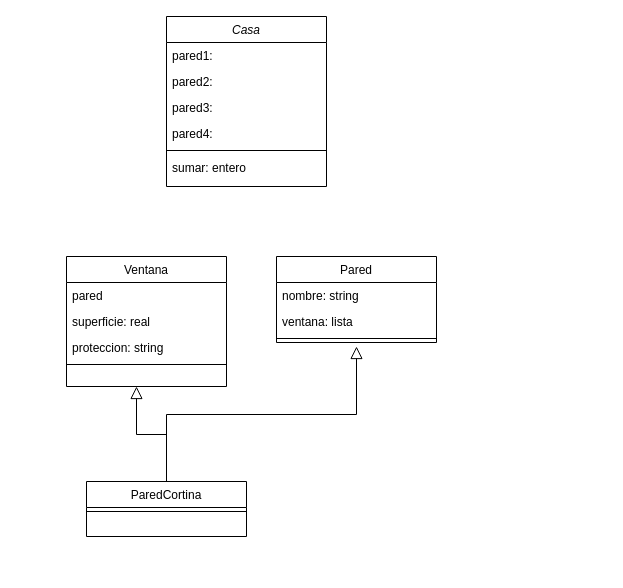
andmansim/Ejercicios-Agregaci-n-y-Composici-n-de-POO keeps this draw.io diagram as alternativa-herencia-multiple.py/alternativa.drawio. Above is the earlier version. Source tidied: cells renumbered, new cells numbered last; positions are measured from the earlier drawing's top-left corner, leaving out a move shared by most shapes. Both pictures are drawn from the tidied source at 100%, with x=0, y=0 at pixel (66, 16).
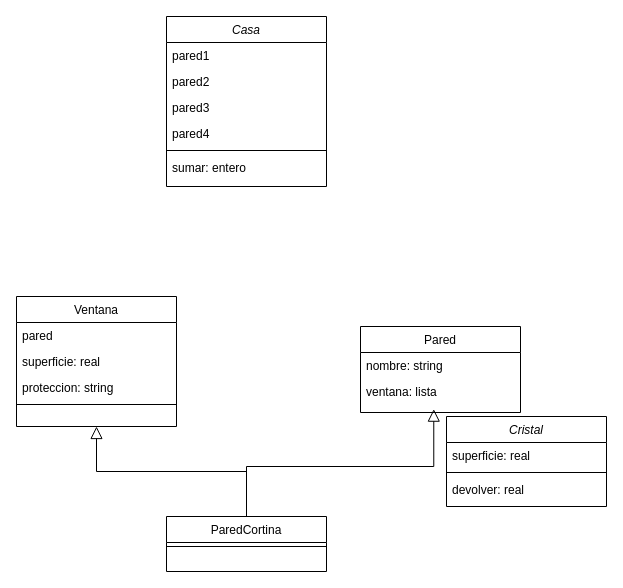
The same page after the edit.

The change refers to these unchanged cells:
```xml
<mxCell id="2" value="Casa" style="swimlane;fontStyle=2;align=center;verticalAlign=top;horizontal=1;startSize=26;rounded=0;shadow=0;strokeWidth=1;" parent="1" vertex="1">
  <mxGeometry x="100" width="160" height="170" as="geometry" />
</mxCell>
<mxCell id="17" value="ventana: lista" style="text;align=left;verticalAlign=top;spacingLeft=4;spacingRight=4;overflow=hidden;points=[[0,0.5],[1,0.5]];portConstraint=eastwest;" parent="15" vertex="1">
  <mxGeometry y="52" width="160" height="26" as="geometry" />
</mxCell>
```

The edit, as a diff of the source:
```diff
@@
-    <mxCell id="3" value="pared1: " style="text;align=left;verticalAlign=top;spacingLeft=4;spacingRight=4;overflow=hidden;" parent="2" vertex="1">
+    <mxCell id="3" value="pared1" style="text;align=left;verticalAlign=top;spacingLeft=4;spacingRight=4;overflow=hidden;" parent="2" vertex="1">
       <mxGeometry y="26" width="160" height="26" as="geometry" />
     </mxCell>
-    <mxCell id="4" value="pared2: " style="text;align=left;verticalAlign=top;spacingLeft=4;spacingRight=4;overflow=hidden;" parent="2" vertex="1">
+    <mxCell id="4" value="pared2" style="text;align=left;verticalAlign=top;spacingLeft=4;spacingRight=4;overflow=hidden;" parent="2" vertex="1">
       <mxGeometry y="52" width="160" height="26" as="geometry" />
     </mxCell>
-    <mxCell id="5" value="pared3: " style="text;align=left;verticalAlign=top;spacingLeft=4;spacingRight=4;overflow=hidden;" parent="2" vertex="1">
+    <mxCell id="5" value="pared3" style="text;align=left;verticalAlign=top;spacingLeft=4;spacingRight=4;overflow=hidden;" parent="2" vertex="1">
       <mxGeometry y="78" width="160" height="26" as="geometry" />
     </mxCell>
-    <mxCell id="6" value="pared4: " style="text;align=left;verticalAlign=top;spacingLeft=4;spacingRight=4;overflow=hidden;" parent="2" vertex="1">
+    <mxCell id="6" value="pared4" style="text;align=left;verticalAlign=top;spacingLeft=4;spacingRight=4;overflow=hidden;" parent="2" vertex="1">
       <mxGeometry y="104" width="160" height="26" as="geometry" />
     </mxCell>
@@
     <mxCell id="9" value="Ventana" style="swimlane;fontStyle=0;align=center;verticalAlign=top;horizontal=1;startSize=26;rounded=0;shadow=0;strokeWidth=1;" parent="1" vertex="1">
-      <mxGeometry y="240" width="160" height="130" as="geometry" />
+      <mxGeometry x="-50" y="280" width="160" height="130" as="geometry" />
     </mxCell>
@@
-    <mxCell id="14" style="endArrow=block;endSize=10;endFill=0;shadow=0;strokeWidth=1;rounded=0;edgeStyle=elbowEdgeStyle;elbow=vertical;exitX=0.5;exitY=0;exitDx=0;exitDy=0;" parent="1" edge="1" source="20">
-      <mxGeometry relative="1" as="geometry">
-        <mxPoint x="70" y="370" as="targetPoint" />
-      </mxGeometry>
+    <mxCell id="14" style="endArrow=block;endSize=10;endFill=0;shadow=0;strokeWidth=1;rounded=0;edgeStyle=elbowEdgeStyle;elbow=vertical;exitX=0.5;exitY=0;exitDx=0;exitDy=0;entryX=0.5;entryY=1;entryDx=0;entryDy=0;" parent="1" edge="1" source="20" target="9">
+      <mxGeometry relative="1" as="geometry" />
     </mxCell>
     <mxCell id="15" value="Pared" style="swimlane;fontStyle=0;align=center;verticalAlign=top;horizontal=1;startSize=26;rounded=0;shadow=0;strokeWidth=1;" parent="1" vertex="1">
-      <mxGeometry x="210" y="240" width="160" height="86" as="geometry" />
+      <mxGeometry x="294" y="310" width="160" height="86" as="geometry" />
     </mxCell>
@@
-    <mxCell id="18" style="line;html=1;strokeWidth=1;align=left;verticalAlign=middle;spacingTop=-1;spacingLeft=3;spacingRight=3;labelPosition=right;" parent="15" vertex="1">
-      <mxGeometry y="78" width="160" height="8" as="geometry" />
-    </mxCell>
-    <mxCell id="19" style="endArrow=block;endSize=10;endFill=0;shadow=0;strokeWidth=1;rounded=0;edgeStyle=elbowEdgeStyle;elbow=vertical;" parent="1" edge="1">
+    <mxCell id="19" style="endArrow=block;endSize=10;endFill=0;shadow=0;strokeWidth=1;rounded=0;edgeStyle=elbowEdgeStyle;elbow=vertical;exitX=0.5;exitY=0;exitDx=0;exitDy=0;entryX=0.458;entryY=1.179;entryDx=0;entryDy=0;entryPerimeter=0;sourcePerimeterSpacing=0;" parent="1" edge="1" target="17">
       <mxGeometry relative="1" as="geometry">
-        <mxPoint x="100" y="465" as="sourcePoint" />
-        <mxPoint x="290" y="330" as="targetPoint" />
+        <mxPoint x="180" y="505" as="sourcePoint" />
+        <Array as="points">
+          <mxPoint x="300" y="450" />
+          <mxPoint x="290" y="470" />
+        </Array>
       </mxGeometry>
     </mxCell>
     <mxCell id="20" value="ParedCortina" style="swimlane;fontStyle=0;align=center;verticalAlign=top;horizontal=1;startSize=26;rounded=0;shadow=0;strokeWidth=1;" parent="1" vertex="1">
-      <mxGeometry x="20" y="465" width="160" height="55" as="geometry" />
+      <mxGeometry x="100" y="500" width="160" height="55" as="geometry" />
     </mxCell>
@@
+    <mxCell id="22" value="Cristal" style="swimlane;fontStyle=2;align=center;verticalAlign=top;horizontal=1;startSize=26;rounded=0;shadow=0;strokeWidth=1;" parent="1" vertex="1">
+      <mxGeometry x="380" y="400" width="160" height="90" as="geometry" />
+    </mxCell>
+    <mxCell id="23" value="superficie: real" style="text;align=left;verticalAlign=top;spacingLeft=4;spacingRight=4;overflow=hidden;" parent="22" vertex="1">
+      <mxGeometry y="26" width="160" height="26" as="geometry" />
+    </mxCell>
+    <mxCell id="24" style="line;html=1;strokeWidth=1;align=left;verticalAlign=middle;spacingTop=-1;spacingLeft=3;spacingRight=3;labelPosition=right;" parent="22" vertex="1">
+      <mxGeometry y="52" width="160" height="8" as="geometry" />
+    </mxCell>
+    <mxCell id="25" value="devolver: real" style="text;align=left;verticalAlign=top;spacingLeft=4;spacingRight=4;overflow=hidden;" parent="22" vertex="1">
+      <mxGeometry y="60" width="160" height="26" as="geometry" />
+    </mxCell>
```
